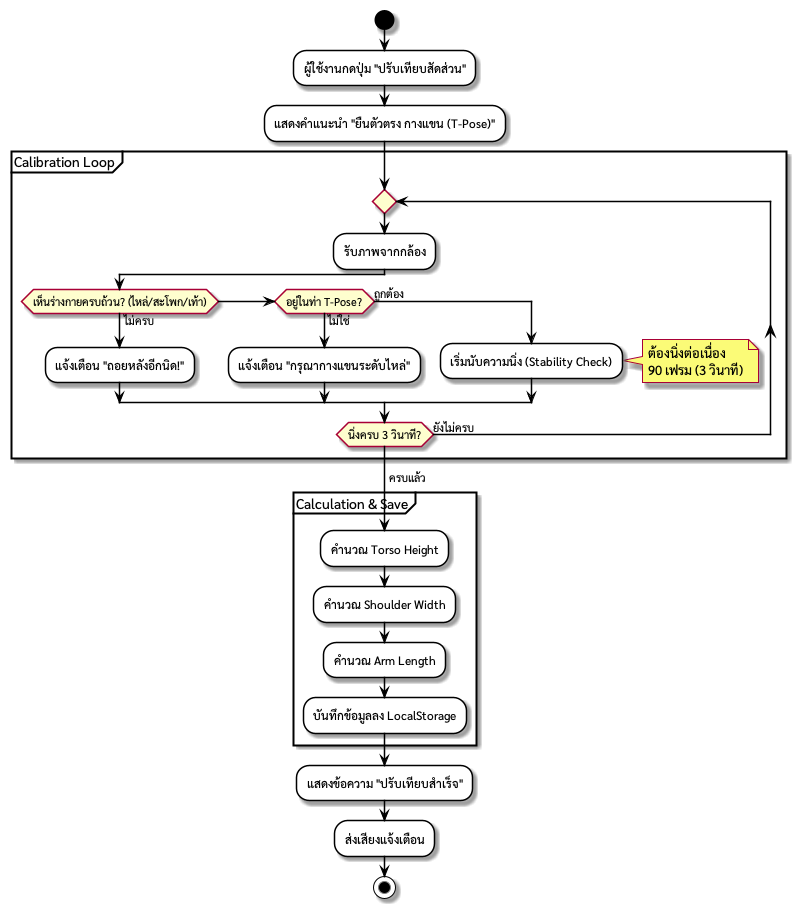
This is out/docs/diagrams/ActivityDiagram_UC01/TaijiFlow_Activity_Diagram_UC01.png from vyut/TaijiFlow, a PlantUML export, as it was before one commit. Source of this version:
```plantuml
@startuml TaijiFlow_Activity_Diagram_UC01
skinparam defaultFontName "sarabun"
skinparam activity {
    BackgroundColor White
    BorderColor Black
    ArrowColor Black
}

start

:ผู้ใช้งานกดปุ่ม "ปรับเทียบสัดส่วน";
:แสดงคำแนะนำ "ยืนตัวตรง กางแขน (T-Pose)";

partition "Calibration Loop" {
    repeat
        :รับภาพจากกล้อง;

        if (เห็นร่างกายครบถ้วน? (ไหล่/สะโพก/เท้า)) then (ไม่ครบ)
            :แจ้งเตือน "ถอยหลังอีกนิด!";
        elseif (อยู่ในท่า T-Pose?) then (ไม่ใช่)
            :แจ้งเตือน "กรุณากางแขนระดับไหล่";
        else (ถูกต้อง)
            :เริ่มนับความนิ่ง (Stability Check);
            note right
                ต้องนิ่งต่อเนื่อง
                90 เฟรม (3 วินาที)
            end note
        endif

    repeat while (นิ่งครบ 3 วินาที?) is (ยังไม่ครบ)
    -> ครบแล้ว;
}

partition "Calculation & Save" {
    :คำนวณ Torso Height;
    :คำนวณ Shoulder Width;
    :คำนวณ Arm Length;
    :บันทึกข้อมูลลง LocalStorage;
}

:แสดงข้อความ "ปรับเทียบสำเร็จ";
:ส่งเสียงแจ้งเตือน;

stop
@enduml
```
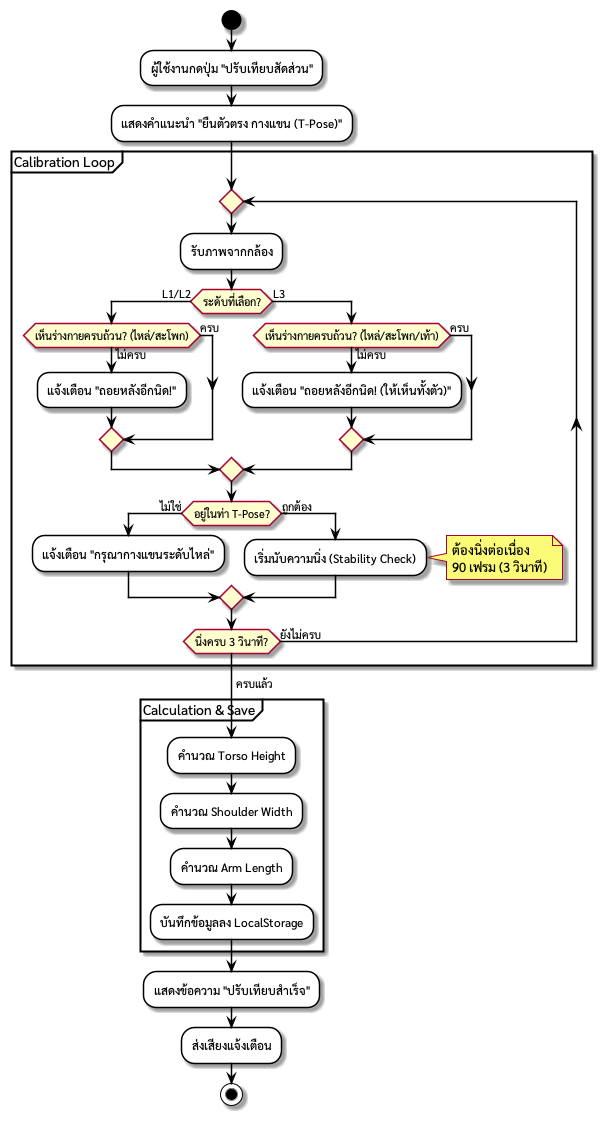
After the commit.

Change to the diagram source:
```diff
@@ -15,9 +15,19 @@
     repeat
         :รับภาพจากกล้อง;
 
-        if (เห็นร่างกายครบถ้วน? (ไหล่/สะโพก/เท้า)) then (ไม่ครบ)
-            :แจ้งเตือน "ถอยหลังอีกนิด!";
-        elseif (อยู่ในท่า T-Pose?) then (ไม่ใช่)
+        if (ระดับที่เลือก?) then (L1/L2)
+            if (เห็นร่างกายครบถ้วน? (ไหล่/สะโพก)) then (ไม่ครบ)
+                :แจ้งเตือน "ถอยหลังอีกนิด!";
+            else (ครบ)
+            endif
+        else (L3)
+            if (เห็นร่างกายครบถ้วน? (ไหล่/สะโพก/เท้า)) then (ไม่ครบ)
+                :แจ้งเตือน "ถอยหลังอีกนิด! (ให้เห็นทั้งตัว)";
+            else (ครบ)
+            endif
+        endif
+
+        if (อยู่ในท่า T-Pose?) then (ไม่ใช่)
             :แจ้งเตือน "กรุณากางแขนระดับไหล่";
         else (ถูกต้อง)
             :เริ่มนับความนิ่ง (Stability Check);
```
